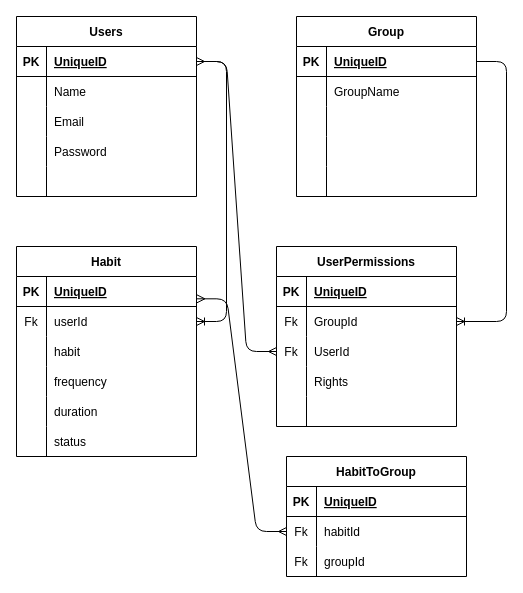
Before: entity.drawio in SDI535/habits-tracker, a draw.io diagram. Source tidied: cells renumbered, new cells numbered last; positions are measured from the earlier drawing's top-left corner, leaving out a move shared by most shapes. Both pictures are drawn from the tidied source at 100%, with x=0, y=0 at pixel (16, 16).
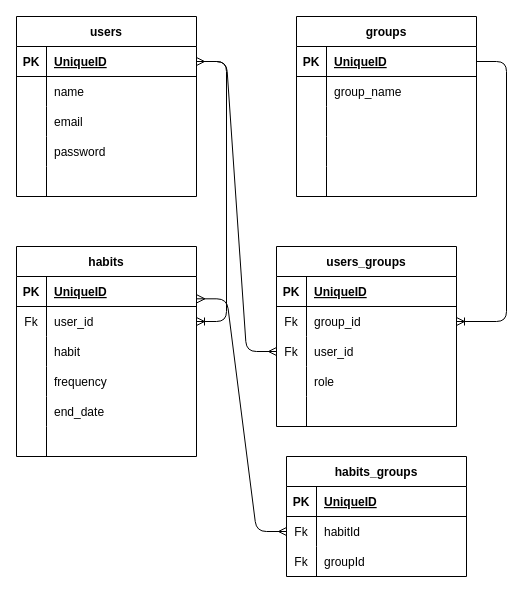
The same diagram, later.

Unchanged cells that the change refers to:
```xml
<mxCell id="6" style="shape=partialRectangle;fillColor=none;top=0;left=0;bottom=0;right=0;" parent="2" vertex="1">
  <mxGeometry y="60" width="180" height="30" as="geometry" />
</mxCell>
<mxCell id="9" style="shape=partialRectangle;fillColor=none;top=0;left=0;bottom=0;right=0;" parent="2" vertex="1">
  <mxGeometry y="90" width="180" height="30" as="geometry" />
</mxCell>
<mxCell id="12" style="shape=partialRectangle;fillColor=none;top=0;left=0;bottom=0;right=0;" parent="2" vertex="1">
  <mxGeometry y="120" width="180" height="30" as="geometry" />
</mxCell>
<mxCell id="22" style="shape=partialRectangle;fillColor=none;top=0;left=0;bottom=0;right=0;" parent="18" vertex="1">
  <mxGeometry y="60" width="180" height="30" as="geometry" />
</mxCell>
<mxCell id="38" style="shape=partialRectangle;fillColor=none;top=0;left=0;bottom=0;right=0;points=[[0,0.5],[1,0.5]];portConstraint=eastwest;" parent="34" vertex="1">
  <mxGeometry y="60" width="180" height="30" as="geometry" />
</mxCell>
<mxCell id="41" style="shape=partialRectangle;fillColor=none;top=0;left=0;bottom=0;right=0;points=[[0,0.5],[1,0.5]];portConstraint=eastwest;" parent="34" vertex="1">
  <mxGeometry y="90" width="180" height="30" as="geometry" />
</mxCell>
<mxCell id="44" style="shape=partialRectangle;fillColor=none;top=0;left=0;bottom=0;right=0;" parent="34" vertex="1">
  <mxGeometry y="120" width="180" height="30" as="geometry" />
</mxCell>
<mxCell id="56" style="shape=partialRectangle;fillColor=none;top=0;left=0;bottom=0;right=0;points=[[0,0.5],[1,0.5]];portConstraint=eastwest;" parent="52" vertex="1">
  <mxGeometry y="60" width="180" height="30" as="geometry" />
</mxCell>
<mxCell id="65" style="shape=partialRectangle;fillColor=none;top=0;left=0;bottom=0;right=0;" parent="52" vertex="1">
  <mxGeometry y="150" width="180" height="30" as="geometry" />
</mxCell>
<mxCell id="68" style="shape=partialRectangle;fillColor=none;top=0;left=0;bottom=0;right=0;" parent="52" vertex="1">
  <mxGeometry y="180" width="180" height="30" as="geometry" />
</mxCell>
```

Change to the diagram source:
```diff
@@
-    <mxCell id="2" value="Users" style="shape=table;startSize=30;childLayout=tableLayout;rowLines=0;fontStyle=1;align=center;" parent="1" vertex="1">
+    <mxCell id="2" value="users" style="shape=table;startSize=30;childLayout=tableLayout;rowLines=0;fontStyle=1;align=center;" parent="1" vertex="1">
       <mxGeometry width="180" height="180" as="geometry" />
     </mxCell>
@@
-    <mxCell id="8" value="Name" style="shape=partialRectangle;fillColor=none;top=0;left=0;bottom=0;right=0;align=left;spacingLeft=6;overflow=hidden;" parent="6" vertex="1">
+    <mxCell id="8" value="name" style="shape=partialRectangle;fillColor=none;top=0;left=0;bottom=0;right=0;align=left;spacingLeft=6;overflow=hidden;" parent="6" vertex="1">
       <mxGeometry x="30" width="150" height="30" as="geometry" />
     </mxCell>
@@
-    <mxCell id="11" value="Email" style="shape=partialRectangle;fillColor=none;top=0;left=0;bottom=0;right=0;align=left;spacingLeft=6;overflow=hidden;" parent="9" vertex="1">
+    <mxCell id="11" value="email" style="shape=partialRectangle;fillColor=none;top=0;left=0;bottom=0;right=0;align=left;spacingLeft=6;overflow=hidden;" parent="9" vertex="1">
       <mxGeometry x="30" width="150" height="30" as="geometry" />
     </mxCell>
@@
-    <mxCell id="14" value="Password" style="shape=partialRectangle;fillColor=none;top=0;left=0;bottom=0;right=0;align=left;spacingLeft=6;overflow=hidden;" parent="12" vertex="1">
+    <mxCell id="14" value="password" style="shape=partialRectangle;fillColor=none;top=0;left=0;bottom=0;right=0;align=left;spacingLeft=6;overflow=hidden;" parent="12" vertex="1">
       <mxGeometry x="30" width="150" height="30" as="geometry" />
     </mxCell>
@@
-    <mxCell id="18" value="Group" style="shape=table;startSize=30;childLayout=tableLayout;rowLines=0;fontStyle=1;align=center;" parent="1" vertex="1">
+    <mxCell id="18" value="groups" style="shape=table;startSize=30;childLayout=tableLayout;rowLines=0;fontStyle=1;align=center;" parent="1" vertex="1">
       <mxGeometry x="280" width="180" height="180" as="geometry" />
     </mxCell>
@@
-    <mxCell id="24" value="GroupName" style="shape=partialRectangle;fillColor=none;top=0;left=0;bottom=0;right=0;align=left;spacingLeft=6;overflow=hidden;" parent="22" vertex="1">
+    <mxCell id="24" value="group_name" style="shape=partialRectangle;fillColor=none;top=0;left=0;bottom=0;right=0;align=left;spacingLeft=6;overflow=hidden;" parent="22" vertex="1">
       <mxGeometry x="30" width="150" height="30" as="geometry" />
     </mxCell>
@@
-    <mxCell id="34" value="UserPermissions" style="shape=table;startSize=30;childLayout=tableLayout;rowLines=0;fontStyle=1;align=center;" parent="1" vertex="1">
+    <mxCell id="34" value="users_groups" style="shape=table;startSize=30;childLayout=tableLayout;rowLines=0;fontStyle=1;align=center;" parent="1" vertex="1">
       <mxGeometry x="260" y="230" width="180" height="180" as="geometry" />
     </mxCell>
@@
-    <mxCell id="40" value="GroupId" style="shape=partialRectangle;fillColor=none;top=0;left=0;bottom=0;right=0;align=left;spacingLeft=6;overflow=hidden;" parent="38" vertex="1">
+    <mxCell id="40" value="group_id" style="shape=partialRectangle;fillColor=none;top=0;left=0;bottom=0;right=0;align=left;spacingLeft=6;overflow=hidden;" parent="38" vertex="1">
       <mxGeometry x="30" width="150" height="30" as="geometry" />
     </mxCell>
@@
-    <mxCell id="43" value="UserId" style="shape=partialRectangle;fillColor=none;top=0;left=0;bottom=0;right=0;align=left;spacingLeft=6;overflow=hidden;" parent="41" vertex="1">
+    <mxCell id="43" value="user_id" style="shape=partialRectangle;fillColor=none;top=0;left=0;bottom=0;right=0;align=left;spacingLeft=6;overflow=hidden;" parent="41" vertex="1">
       <mxGeometry x="30" width="150" height="30" as="geometry" />
     </mxCell>
@@
-    <mxCell id="46" value="Rights" style="shape=partialRectangle;fillColor=none;top=0;left=0;bottom=0;right=0;align=left;spacingLeft=6;overflow=hidden;" parent="44" vertex="1">
+    <mxCell id="46" value="role" style="shape=partialRectangle;fillColor=none;top=0;left=0;bottom=0;right=0;align=left;spacingLeft=6;overflow=hidden;" parent="44" vertex="1">
       <mxGeometry x="30" width="150" height="30" as="geometry" />
     </mxCell>
@@
-    <mxCell id="52" value="Habit" style="shape=table;startSize=30;childLayout=tableLayout;rowLines=0;fontStyle=1;align=center;" parent="1" vertex="1">
+    <mxCell id="52" value="habits" style="shape=table;startSize=30;childLayout=tableLayout;rowLines=0;fontStyle=1;align=center;" parent="1" vertex="1">
       <mxGeometry y="230" width="180" height="210" as="geometry" />
     </mxCell>
@@
-    <mxCell id="58" value="userId" style="shape=partialRectangle;fillColor=none;top=0;left=0;bottom=0;right=0;align=left;spacingLeft=6;overflow=hidden;" parent="56" vertex="1">
+    <mxCell id="58" value="user_id" style="shape=partialRectangle;fillColor=none;top=0;left=0;bottom=0;right=0;align=left;spacingLeft=6;overflow=hidden;" parent="56" vertex="1">
       <mxGeometry x="30" width="150" height="30" as="geometry" />
     </mxCell>
@@
-    <mxCell id="67" value="duration" style="shape=partialRectangle;fillColor=none;top=0;left=0;bottom=0;right=0;align=left;spacingLeft=6;overflow=hidden;" parent="65" vertex="1">
+    <mxCell id="67" value="end_date" style="shape=partialRectangle;fillColor=none;top=0;left=0;bottom=0;right=0;align=left;spacingLeft=6;overflow=hidden;" parent="65" vertex="1">
       <mxGeometry x="30" width="150" height="30" as="geometry" />
     </mxCell>
@@
-    <mxCell id="70" value="status" style="shape=partialRectangle;fillColor=none;top=0;left=0;bottom=0;right=0;align=left;spacingLeft=6;overflow=hidden;" parent="68" vertex="1">
+    <mxCell id="70" style="shape=partialRectangle;fillColor=none;top=0;left=0;bottom=0;right=0;align=left;spacingLeft=6;overflow=hidden;" parent="68" vertex="1">
       <mxGeometry x="30" width="150" height="30" as="geometry" />
     </mxCell>
@@
-    <mxCell id="72" value="HabitToGroup" style="shape=table;startSize=30;childLayout=tableLayout;rowLines=0;fontStyle=1;align=center;" parent="1" vertex="1">
+    <mxCell id="72" value="habits_groups" style="shape=table;startSize=30;childLayout=tableLayout;rowLines=0;fontStyle=1;align=center;" parent="1" vertex="1">
       <mxGeometry x="270" y="440" width="180" height="120" as="geometry" />
     </mxCell>
```
